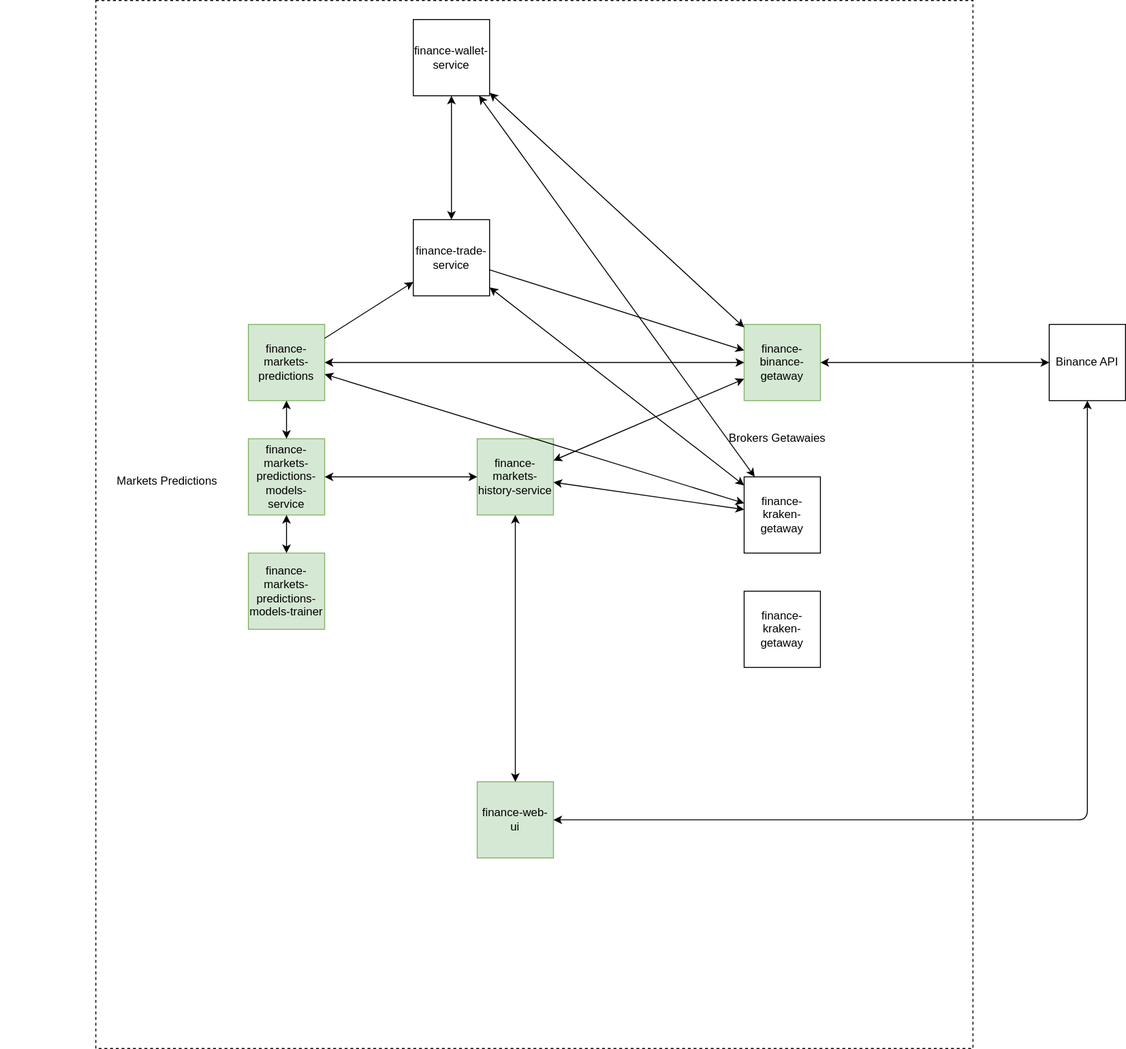
orlinzer/finance-documentation keeps this draw.io diagram as graphs/overView.drawio.svg. Above is the earlier version. Source tidied: cells renumbered, new cells last; positions are measured from the earlier drawing's top-left corner, leaving out a move shared by most shapes.
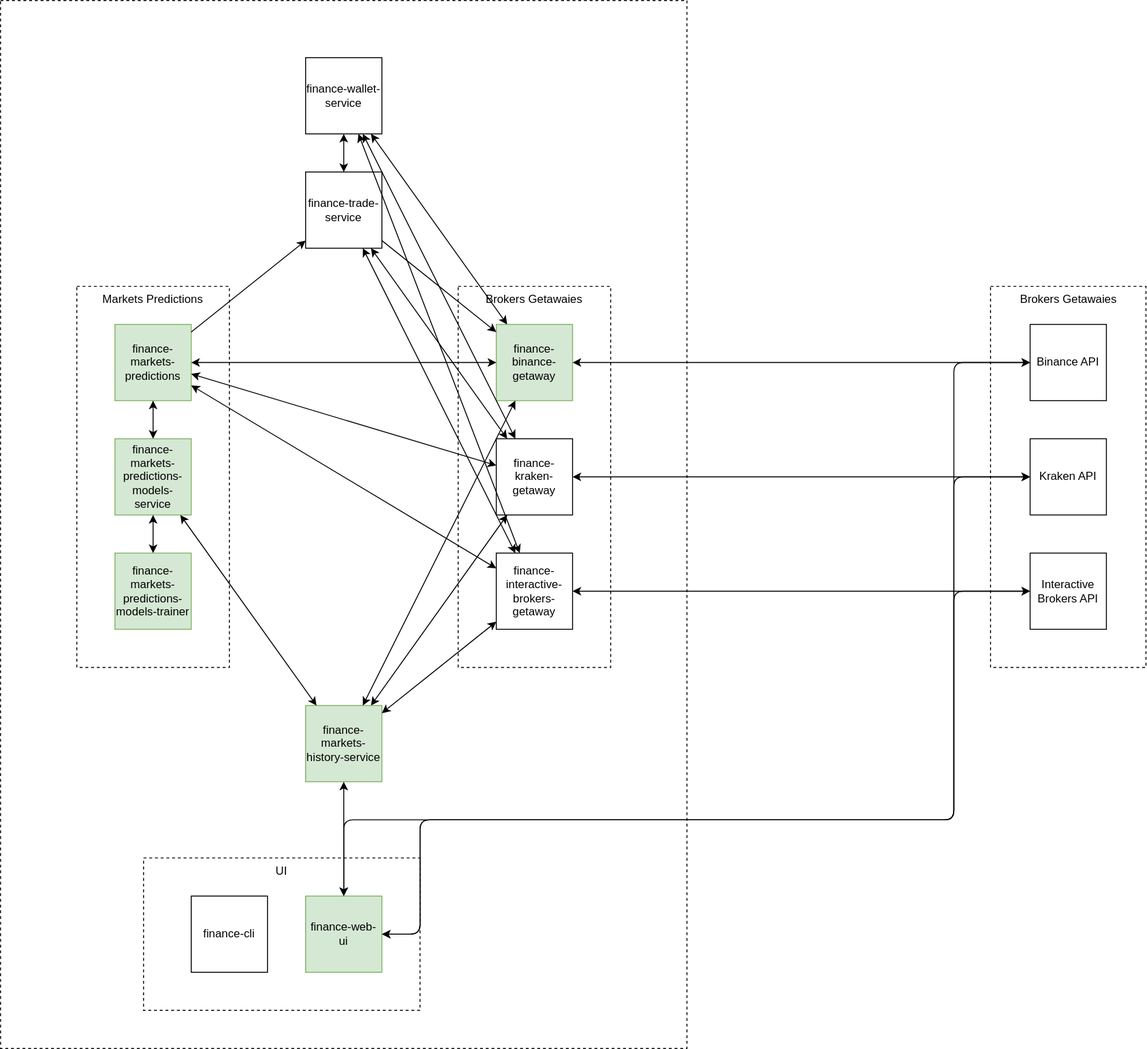
The same file after the commit.

Commit message:
Update README.md for clarity and organization

Diff of the diagram source:
```diff
@@ -3,28 +3,31 @@
     <mxCell id="0" />
     <mxCell id="1" parent="0" />
     <mxCell id="2" style="rounded=0;whiteSpace=wrap;html=1;dashed=1;fillColor=none;" parent="1" vertex="1">
-      <mxGeometry x="100" width="920" height="1100" as="geometry" />
+      <mxGeometry x="100" width="720" height="1100" as="geometry" />
     </mxCell>
-    <mxCell id="3" value="Markets Predictions" style="text;html=1;align=center;verticalAlign=middle;whiteSpace=wrap;rounded=0;" parent="1" vertex="1">
-      <mxGeometry y="245" width="350" height="520" as="geometry" />
+    <mxCell id="3" value="Markets Predictions" style="rounded=0;whiteSpace=wrap;html=1;dashed=1;fillColor=none;verticalAlign=top;" parent="1" vertex="1">
+      <mxGeometry x="180" y="300" width="160" height="400" as="geometry" />
     </mxCell>
-    <mxCell id="4" value="Brokers Getawaies" style="text;html=1;align=center;verticalAlign=middle;whiteSpace=wrap;rounded=0;" parent="1" vertex="1">
-      <mxGeometry x="740" y="200" width="150" height="520" as="geometry" />
-    </mxCell>
+    <mxCell id="32" value="Brokers Getawaies" style="rounded=0;whiteSpace=wrap;html=1;dashed=1;fillColor=none;verticalAlign=top;" parent="1" vertex="1">
+      <mxGeometry x="1138.5" y="300" width="163" height="400" as="geometry" />
+    </mxCell>
+    <mxCell id="33" value="Brokers Getawaies" style="rounded=0;whiteSpace=wrap;html=1;dashed=1;fillColor=none;verticalAlign=top;strokeColor=#000000;" parent="1" vertex="1">
+      <mxGeometry x="580" y="300" width="160" height="400" as="geometry" />
+    </mxCell>
     <mxCell id="5" value="finance-binance-getaway" style="whiteSpace=wrap;html=1;fillColor=#d5e8d4;strokeColor=#82b366;" parent="1" vertex="1">
-      <mxGeometry x="780" y="340" width="80" height="80" as="geometry" />
+      <mxGeometry x="620" y="340" width="80" height="80" as="geometry" />
     </mxCell>
     <mxCell id="6" value="finance-kraken-getaway" style="whiteSpace=wrap;html=1;" parent="1" vertex="1">
-      <mxGeometry x="780" y="500" width="80" height="80" as="geometry" />
+      <mxGeometry x="620" y="460" width="80" height="80" as="geometry" />
     </mxCell>
     <mxCell id="7" style="endArrow=classic;startArrow=classic;html=1;" parent="1" edge="1" source="14" target="6">
       <mxGeometry relative="1" as="geometry" />
     </mxCell>
     <mxCell id="8" value="finance-wallet-service" style="whiteSpace=wrap;html=1;" parent="1" vertex="1">
-      <mxGeometry x="433" y="20" width="80" height="80" as="geometry" />
+      <mxGeometry x="420" y="60" width="80" height="80" as="geometry" />
     </mxCell>
     <mxCell id="9" value="finance-trade-service" style="whiteSpace=wrap;html=1;" parent="1" vertex="1">
-      <mxGeometry x="433" y="230" width="80" height="80" as="geometry" />
+      <mxGeometry x="420" y="180" width="80" height="80" as="geometry" />
     </mxCell>
     <mxCell id="10" style="endArrow=classic;startArrow=none;html=1;startFill=0;" parent="1" edge="1" source="9" target="5">
       <mxGeometry relative="1" as="geometry" />
@@ -39,19 +42,19 @@
       <mxGeometry relative="1" as="geometry" />
     </mxCell>
     <mxCell id="14" value="finance-markets-history-service" style="whiteSpace=wrap;html=1;fillColor=#d5e8d4;strokeColor=#82b366;" parent="1" vertex="1">
-      <mxGeometry x="500" y="460" width="80" height="80" as="geometry" />
+      <mxGeometry x="420" y="740" width="80" height="80" as="geometry" />
     </mxCell>
     <mxCell id="15" value="finance-markets-predictions-models-service" style="whiteSpace=wrap;html=1;fillColor=#d5e8d4;strokeColor=#82b366;" parent="1" vertex="1">
-      <mxGeometry x="260" y="460" width="80" height="80" as="geometry" />
+      <mxGeometry x="220" y="460" width="80" height="80" as="geometry" />
     </mxCell>
     <mxCell id="16" style="endArrow=classic;startArrow=classic;html=1;" parent="1" edge="1" source="15" target="14">
       <mxGeometry relative="1" as="geometry" />
     </mxCell>
     <mxCell id="17" value="finance-markets-predictions-models-trainer" style="whiteSpace=wrap;html=1;fillColor=#d5e8d4;strokeColor=#82b366;" parent="1" vertex="1">
-      <mxGeometry x="260" y="580" width="80" height="80" as="geometry" />
+      <mxGeometry x="220" y="580" width="80" height="80" as="geometry" />
     </mxCell>
     <mxCell id="18" value="finance-markets-predictions" style="whiteSpace=wrap;html=1;fillColor=#d5e8d4;strokeColor=#82b366;" parent="1" vertex="1">
-      <mxGeometry x="260" y="340" width="80" height="80" as="geometry" />
+      <mxGeometry x="220" y="340" width="80" height="80" as="geometry" />
     </mxCell>
     <mxCell id="19" style="endArrow=classic;startArrow=classic;html=1;" parent="1" edge="1" source="18" target="15">
       <mxGeometry relative="1" as="geometry" />
@@ -71,26 +74,80 @@
     <mxCell id="24" style="endArrow=classic;startArrow=classic;html=1;" parent="1" edge="1" source="9" target="6">
       <mxGeometry relative="1" as="geometry" />
     </mxCell>
+    <mxCell id="34" value="UI" style="rounded=0;whiteSpace=wrap;html=1;dashed=1;verticalAlign=top;fillColor=none;" parent="1" vertex="1">
+      <mxGeometry x="250" y="900" width="290" height="160" as="geometry" />
+    </mxCell>
     <mxCell id="25" style="endArrow=classic;startArrow=classic;html=1;" parent="1" edge="1" source="18" target="5">
       <mxGeometry relative="1" as="geometry" />
     </mxCell>
-    <mxCell id="26" value="finance-kraken-getaway" style="whiteSpace=wrap;html=1;" parent="1" vertex="1">
-      <mxGeometry x="780" y="620" width="80" height="80" as="geometry" />
+    <mxCell id="26" value="finance-interactive-brokers-getaway" style="whiteSpace=wrap;html=1;" parent="1" vertex="1">
+      <mxGeometry x="620" y="580" width="80" height="80" as="geometry" />
     </mxCell>
     <mxCell id="27" value="finance-web-ui" style="whiteSpace=wrap;html=1;fillColor=#d5e8d4;strokeColor=#82b366;" parent="1" vertex="1">
-      <mxGeometry x="500" y="820" width="80" height="80" as="geometry" />
+      <mxGeometry x="420" y="940" width="80" height="80" as="geometry" />
     </mxCell>
     <mxCell id="28" value="Binance API" style="whiteSpace=wrap;html=1;" parent="1" vertex="1">
-      <mxGeometry x="1100" y="340" width="80" height="80" as="geometry" />
+      <mxGeometry x="1180" y="340" width="80" height="80" as="geometry" />
     </mxCell>
     <mxCell id="29" style="endArrow=classic;startArrow=classic;html=1;" parent="1" edge="1" source="5" target="28">
       <mxGeometry relative="1" as="geometry" />
     </mxCell>
     <mxCell id="30" style="endArrow=classic;startArrow=classic;html=1;edgeStyle=orthogonalEdgeStyle;" parent="1" edge="1" source="27" target="28">
-      <mxGeometry relative="1" as="geometry" />
+      <mxGeometry relative="1" as="geometry">
+        <Array as="points">
+          <mxPoint x="540" y="860" />
+          <mxPoint x="1100" y="860" />
+          <mxPoint x="1100" y="380" />
+        </Array>
+      </mxGeometry>
     </mxCell>
     <mxCell id="31" style="endArrow=classic;startArrow=classic;html=1;edgeStyle=orthogonalEdgeStyle;" parent="1" edge="1" source="27" target="14">
       <mxGeometry relative="1" as="geometry" />
     </mxCell>
+    <mxCell id="35" value="Kraken API" style="whiteSpace=wrap;html=1;" parent="1" vertex="1">
+      <mxGeometry x="1180" y="460" width="80" height="80" as="geometry" />
+    </mxCell>
+    <mxCell id="36" value="Interactive Brokers API" style="whiteSpace=wrap;html=1;" parent="1" vertex="1">
+      <mxGeometry x="1180" y="580" width="80" height="80" as="geometry" />
+    </mxCell>
+    <mxCell id="37" style="endArrow=classic;startArrow=classic;html=1;" parent="1" edge="1" source="6" target="35">
+      <mxGeometry relative="1" as="geometry" />
+    </mxCell>
+    <mxCell id="38" style="endArrow=classic;startArrow=classic;html=1;" parent="1" edge="1" source="26" target="36">
+      <mxGeometry relative="1" as="geometry" />
+    </mxCell>
+    <mxCell id="39" style="endArrow=classic;startArrow=classic;html=1;edgeStyle=orthogonalEdgeStyle;" parent="1" edge="1" source="27" target="35">
+      <mxGeometry relative="1" as="geometry">
+        <Array as="points">
+          <mxPoint x="540" y="860" />
+          <mxPoint x="1100" y="860" />
+          <mxPoint x="1100" y="500" />
+        </Array>
+      </mxGeometry>
+    </mxCell>
+    <mxCell id="40" style="endArrow=classic;startArrow=classic;html=1;edgeStyle=orthogonalEdgeStyle;" parent="1" edge="1" source="27" target="36">
+      <mxGeometry relative="1" as="geometry">
+        <Array as="points">
+          <mxPoint x="460" y="860" />
+          <mxPoint x="1100" y="860" />
+          <mxPoint x="1100" y="620" />
+        </Array>
+      </mxGeometry>
+    </mxCell>
+    <mxCell id="41" style="endArrow=classic;startArrow=classic;html=1;" parent="1" edge="1" source="14" target="26">
+      <mxGeometry relative="1" as="geometry" />
+    </mxCell>
+    <mxCell id="42" style="endArrow=classic;startArrow=classic;html=1;" parent="1" edge="1" source="8" target="26">
+      <mxGeometry relative="1" as="geometry" />
+    </mxCell>
+    <mxCell id="43" style="endArrow=classic;startArrow=classic;html=1;" parent="1" edge="1" source="9" target="26">
+      <mxGeometry relative="1" as="geometry" />
+    </mxCell>
+    <mxCell id="44" style="endArrow=classic;startArrow=classic;html=1;" parent="1" edge="1" source="18" target="26">
+      <mxGeometry relative="1" as="geometry" />
+    </mxCell>
+    <mxCell id="45" value="finance-cli" style="whiteSpace=wrap;html=1;fillColor=none;" parent="1" vertex="1">
+      <mxGeometry x="300" y="940" width="80" height="80" as="geometry" />
+    </mxCell>
   </root>
 </mxGraphModel>
```
